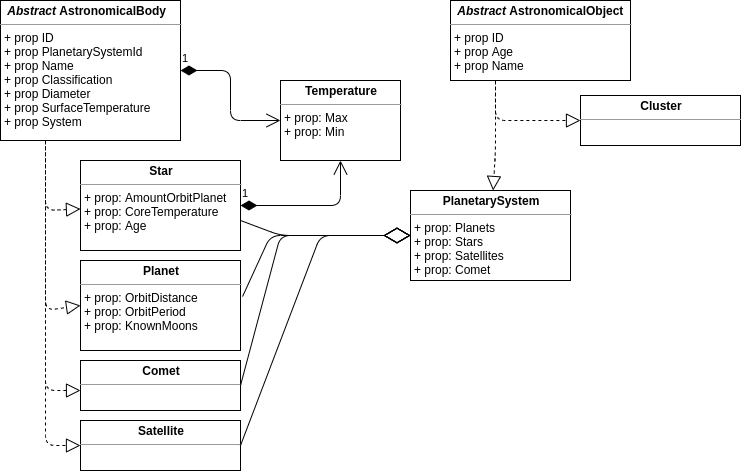
Earlier version of the draw.io export UMLdatamodel.png (P-Louw/UniverseExplorer). Source tidied: cells renumbered, new cells last; positions are measured from the earlier drawing's top-left corner, leaving out a move shared by most shapes. The source it was exported from:
```xml
<mxGraphModel>
  <root>
    <mxCell id="0" />
    <mxCell id="1" parent="0" />
    <mxCell id="2" value="&lt;p style=&quot;margin: 0px ; margin-top: 4px ; text-align: center&quot;&gt;&lt;/p&gt;&lt;p style=&quot;margin: 0px ; margin-left: 4px&quot;&gt;&lt;b&gt;&amp;nbsp;&lt;i&gt;Abstract&lt;/i&gt; AstronomicalBody&lt;/b&gt;&lt;/p&gt;&lt;hr size=&quot;1&quot;&gt;&lt;p style=&quot;margin: 0px ; margin-left: 4px&quot;&gt;+ prop ID&lt;/p&gt;&lt;p style=&quot;margin: 0px ; margin-left: 4px&quot;&gt;+ prop PlanetarySystemId&lt;/p&gt;&lt;p style=&quot;margin: 0px ; margin-left: 4px&quot;&gt;+ prop Name&lt;/p&gt;&lt;p style=&quot;margin: 0px ; margin-left: 4px&quot;&gt;+ prop Classification&lt;/p&gt;&lt;p style=&quot;margin: 0px ; margin-left: 4px&quot;&gt;+ prop Diameter&lt;/p&gt;&lt;p style=&quot;margin: 0px ; margin-left: 4px&quot;&gt;+ prop SurfaceTemperature&lt;/p&gt;&lt;p style=&quot;margin: 0px ; margin-left: 4px&quot;&gt;+ prop System&lt;/p&gt;&lt;p style=&quot;margin: 0px ; margin-left: 4px&quot;&gt;&lt;br&gt;&lt;/p&gt;" style="verticalAlign=top;align=left;overflow=fill;fontSize=12;fontFamily=Helvetica;html=1;" parent="1" vertex="1">
      <mxGeometry width="180" height="140" as="geometry" />
    </mxCell>
    <mxCell id="3" value="&lt;p style=&quot;margin: 0px ; margin-top: 4px ; text-align: center&quot;&gt;&lt;b&gt;Satellite&lt;/b&gt;&lt;/p&gt;&lt;hr size=&quot;1&quot;&gt;&lt;p style=&quot;margin: 0px ; margin-left: 4px&quot;&gt;&lt;br&gt;&lt;/p&gt;&lt;hr size=&quot;1&quot;&gt;&lt;p style=&quot;margin: 0px ; margin-left: 4px&quot;&gt;&lt;br&gt;&lt;/p&gt;" style="verticalAlign=top;align=left;overflow=fill;fontSize=12;fontFamily=Helvetica;html=1;" parent="1" vertex="1">
      <mxGeometry x="80" y="420" width="160" height="50" as="geometry" />
    </mxCell>
    <mxCell id="4" value="&lt;p style=&quot;margin: 0px ; margin-top: 4px ; text-align: center&quot;&gt;&lt;b&gt;Star&lt;/b&gt;&lt;/p&gt;&lt;hr size=&quot;1&quot;&gt;&lt;p style=&quot;margin: 0px ; margin-left: 4px&quot;&gt;+ prop: AmountOrbitPlanet&lt;/p&gt;&lt;p style=&quot;margin: 0px ; margin-left: 4px&quot;&gt;+ prop: CoreTemperature&lt;/p&gt;&lt;p style=&quot;margin: 0px ; margin-left: 4px&quot;&gt;+ prop: Age&lt;/p&gt;" style="verticalAlign=top;align=left;overflow=fill;fontSize=12;fontFamily=Helvetica;html=1;" parent="1" vertex="1">
      <mxGeometry x="80" y="160" width="160" height="90" as="geometry" />
    </mxCell>
    <mxCell id="5" value="&lt;p style=&quot;margin: 0px ; margin-top: 4px ; text-align: center&quot;&gt;&lt;b&gt;Comet&lt;/b&gt;&lt;/p&gt;&lt;hr size=&quot;1&quot;&gt;&lt;p style=&quot;margin: 0px ; margin-left: 4px&quot;&gt;&lt;br&gt;&lt;/p&gt;&lt;hr size=&quot;1&quot;&gt;&lt;p style=&quot;margin: 0px ; margin-left: 4px&quot;&gt;&lt;br&gt;&lt;/p&gt;" style="verticalAlign=top;align=left;overflow=fill;fontSize=12;fontFamily=Helvetica;html=1;" parent="1" vertex="1">
      <mxGeometry x="80" y="360" width="160" height="50" as="geometry" />
    </mxCell>
    <mxCell id="6" value="&lt;p style=&quot;margin: 0px ; margin-top: 4px ; text-align: center&quot;&gt;&lt;b&gt;Planet&lt;/b&gt;&lt;/p&gt;&lt;hr size=&quot;1&quot;&gt;&lt;p style=&quot;margin: 0px ; margin-left: 4px&quot;&gt;+ prop: OrbitDistance&lt;/p&gt;&lt;p style=&quot;margin: 0px ; margin-left: 4px&quot;&gt;+ prop: OrbitPeriod&lt;/p&gt;&lt;p style=&quot;margin: 0px ; margin-left: 4px&quot;&gt;+ prop: KnownMoons&lt;/p&gt;" style="verticalAlign=top;align=left;overflow=fill;fontSize=12;fontFamily=Helvetica;html=1;" parent="1" vertex="1">
      <mxGeometry x="80" y="260" width="160" height="90" as="geometry" />
    </mxCell>
    <mxCell id="7" style="endArrow=block;dashed=1;endFill=0;endSize=12;html=1;exitX=0.25;exitY=1;exitDx=0;exitDy=0;entryX=0;entryY=0.5;entryDx=0;entryDy=0;" parent="1" edge="1" source="2" target="3">
      <mxGeometry relative="1" as="geometry">
        <Array as="points">
          <mxPoint x="45" y="445" />
        </Array>
      </mxGeometry>
    </mxCell>
    <mxCell id="8" style="endArrow=block;dashed=1;endFill=0;endSize=12;html=1;exitX=0.25;exitY=1;exitDx=0;exitDy=0;" parent="1" edge="1" source="2" target="4">
      <mxGeometry relative="1" as="geometry">
        <Array as="points">
          <mxPoint x="45" y="210" />
        </Array>
      </mxGeometry>
    </mxCell>
    <mxCell id="9" style="endArrow=block;dashed=1;endFill=0;endSize=12;html=1;exitX=0.25;exitY=1;exitDx=0;exitDy=0;entryX=0;entryY=0.5;entryDx=0;entryDy=0;" parent="1" edge="1" target="6">
      <mxGeometry relative="1" as="geometry">
        <mxPoint x="45" y="141" as="sourcePoint" />
        <Array as="points">
          <mxPoint x="45" y="310" />
        </Array>
      </mxGeometry>
    </mxCell>
    <mxCell id="10" style="endArrow=block;dashed=1;endFill=0;endSize=12;html=1;exitX=0.25;exitY=1;exitDx=0;exitDy=0;" parent="1" edge="1" source="2">
      <mxGeometry relative="1" as="geometry">
        <mxPoint x="80" y="390" as="targetPoint" />
        <Array as="points">
          <mxPoint x="45" y="390" />
        </Array>
      </mxGeometry>
    </mxCell>
    <mxCell id="11" value="&lt;p style=&quot;margin: 0px ; margin-top: 4px ; text-align: center&quot;&gt;&lt;/p&gt;&lt;p style=&quot;margin: 0px ; margin-left: 4px&quot;&gt;&lt;b&gt;&amp;nbsp;&lt;i&gt;Abstract&lt;/i&gt; AstronomicalObject&lt;/b&gt;&lt;/p&gt;&lt;hr size=&quot;1&quot;&gt;&lt;p style=&quot;margin: 0px ; margin-left: 4px&quot;&gt;+ prop ID&lt;/p&gt;&lt;p style=&quot;margin: 0px ; margin-left: 4px&quot;&gt;+ prop Age&lt;/p&gt;&lt;p style=&quot;margin: 0px ; margin-left: 4px&quot;&gt;+ prop Name&lt;/p&gt;&lt;p style=&quot;margin: 0px ; margin-left: 4px&quot;&gt;&lt;br&gt;&lt;/p&gt;" style="verticalAlign=top;align=left;overflow=fill;fontSize=12;fontFamily=Helvetica;html=1;" parent="1" vertex="1">
      <mxGeometry x="450" width="180" height="80" as="geometry" />
    </mxCell>
    <mxCell id="12" value="&lt;p style=&quot;margin: 0px ; margin-top: 4px ; text-align: center&quot;&gt;&lt;b&gt;PlanetarySystem&lt;/b&gt;&lt;/p&gt;&lt;hr size=&quot;1&quot;&gt;&lt;p style=&quot;margin: 0px ; margin-left: 4px&quot;&gt;+ prop: Planets&lt;/p&gt;&lt;p style=&quot;margin: 0px ; margin-left: 4px&quot;&gt;+ prop: Stars&lt;/p&gt;&lt;p style=&quot;margin: 0px ; margin-left: 4px&quot;&gt;+ prop: Satellites&lt;/p&gt;&lt;p style=&quot;margin: 0px ; margin-left: 4px&quot;&gt;+ prop: Comet&lt;/p&gt;" style="verticalAlign=top;align=left;overflow=fill;fontSize=12;fontFamily=Helvetica;html=1;" parent="1" vertex="1">
      <mxGeometry x="410" y="190" width="160" height="90" as="geometry" />
    </mxCell>
    <mxCell id="13" style="endArrow=block;dashed=1;endFill=0;endSize=12;html=1;exitX=0.25;exitY=1;exitDx=0;exitDy=0;" parent="1" edge="1" source="11" target="12">
      <mxGeometry relative="1" as="geometry">
        <Array as="points">
          <mxPoint x="495" y="150" />
        </Array>
      </mxGeometry>
    </mxCell>
    <mxCell id="14" style="endArrow=block;dashed=1;endFill=0;endSize=12;html=1;exitX=0.25;exitY=1;exitDx=0;exitDy=0;entryX=0;entryY=0.5;entryDx=0;entryDy=0;" parent="1" edge="1" target="18">
      <mxGeometry relative="1" as="geometry">
        <mxPoint x="495" y="81" as="sourcePoint" />
        <Array as="points">
          <mxPoint x="495" y="120" />
        </Array>
      </mxGeometry>
    </mxCell>
    <mxCell id="15" value="&lt;p style=&quot;margin: 0px ; margin-top: 4px ; text-align: center&quot;&gt;&lt;b&gt;Temperature&lt;/b&gt;&lt;/p&gt;&lt;hr size=&quot;1&quot;&gt;&lt;p style=&quot;margin: 0px ; margin-left: 4px&quot;&gt;+ prop: Max&lt;/p&gt;&lt;p style=&quot;margin: 0px ; margin-left: 4px&quot;&gt;+ prop: Min&lt;/p&gt;&lt;p style=&quot;margin: 0px ; margin-left: 4px&quot;&gt;&lt;br&gt;&lt;/p&gt;" style="verticalAlign=top;align=left;overflow=fill;fontSize=12;fontFamily=Helvetica;html=1;" parent="1" vertex="1">
      <mxGeometry x="280" y="80" width="120" height="80" as="geometry" />
    </mxCell>
    <mxCell id="16" value="1" style="endArrow=open;html=1;endSize=12;startArrow=diamondThin;startSize=14;startFill=1;edgeStyle=orthogonalEdgeStyle;align=left;verticalAlign=bottom;exitX=1;exitY=0.5;exitDx=0;exitDy=0;entryX=0.5;entryY=1;entryDx=0;entryDy=0;" parent="1" edge="1" source="4" target="15">
      <mxGeometry x="-1" y="3" relative="1" as="geometry" />
    </mxCell>
    <mxCell id="17" value="1" style="endArrow=open;html=1;endSize=12;startArrow=diamondThin;startSize=14;startFill=1;edgeStyle=orthogonalEdgeStyle;align=left;verticalAlign=bottom;exitX=1;exitY=0.5;exitDx=0;exitDy=0;entryX=0;entryY=0.5;entryDx=0;entryDy=0;" parent="1" edge="1" source="2" target="15">
      <mxGeometry x="-1" y="3" relative="1" as="geometry" />
    </mxCell>
    <mxCell id="18" value="&lt;p style=&quot;margin: 0px ; margin-top: 4px ; text-align: center&quot;&gt;&lt;b&gt;Cluster&lt;/b&gt;&lt;/p&gt;&lt;hr size=&quot;1&quot;&gt;&lt;p style=&quot;margin: 0px ; margin-left: 4px&quot;&gt;&lt;br&gt;&lt;/p&gt;&lt;hr size=&quot;1&quot;&gt;&lt;p style=&quot;margin: 0px ; margin-left: 4px&quot;&gt;&lt;br&gt;&lt;/p&gt;" style="verticalAlign=top;align=left;overflow=fill;fontSize=12;fontFamily=Helvetica;html=1;" parent="1" vertex="1">
      <mxGeometry x="580" y="95" width="160" height="50" as="geometry" />
    </mxCell>
    <mxCell id="19" style="endArrow=diamondThin;endFill=0;endSize=24;html=1;entryX=0;entryY=0.5;entryDx=0;entryDy=0;" parent="1" edge="1" target="12">
      <mxGeometry relative="1" as="geometry">
        <mxPoint x="240" y="220" as="sourcePoint" />
        <Array as="points">
          <mxPoint x="280" y="235" />
        </Array>
      </mxGeometry>
    </mxCell>
    <mxCell id="20" style="endArrow=diamondThin;endFill=0;endSize=24;html=1;exitX=1.013;exitY=0.4;exitDx=0;exitDy=0;exitPerimeter=0;" parent="1" edge="1" source="6" target="12">
      <mxGeometry relative="1" as="geometry">
        <Array as="points">
          <mxPoint x="270" y="235" />
        </Array>
      </mxGeometry>
    </mxCell>
    <mxCell id="21" style="endArrow=diamondThin;endFill=0;endSize=24;html=1;exitX=1;exitY=0.5;exitDx=0;exitDy=0;entryX=0;entryY=0.5;entryDx=0;entryDy=0;" parent="1" edge="1" source="5" target="12">
      <mxGeometry relative="1" as="geometry">
        <Array as="points">
          <mxPoint x="280" y="235" />
        </Array>
      </mxGeometry>
    </mxCell>
    <mxCell id="22" style="endArrow=diamondThin;endFill=0;endSize=24;html=1;exitX=1;exitY=0.5;exitDx=0;exitDy=0;entryX=0;entryY=0.5;entryDx=0;entryDy=0;" parent="1" edge="1" source="3" target="12">
      <mxGeometry relative="1" as="geometry">
        <Array as="points">
          <mxPoint x="320" y="235" />
        </Array>
      </mxGeometry>
    </mxCell>
  </root>
</mxGraphModel>
```
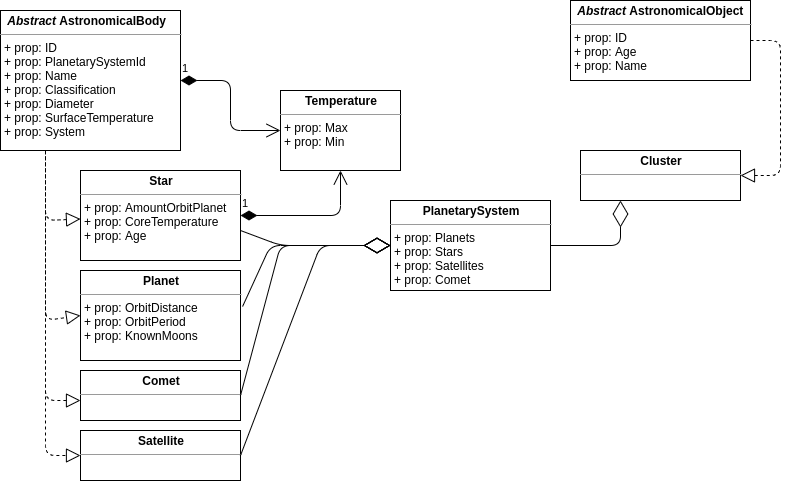
After the commit.

Diff of the diagram source:
```diff
@@ -2,7 +2,7 @@
   <root>
     <mxCell id="0" />
     <mxCell id="1" parent="0" />
-    <mxCell id="2" value="&lt;p style=&quot;margin: 0px ; margin-top: 4px ; text-align: center&quot;&gt;&lt;/p&gt;&lt;p style=&quot;margin: 0px ; margin-left: 4px&quot;&gt;&lt;b&gt;&amp;nbsp;&lt;i&gt;Abstract&lt;/i&gt; AstronomicalBody&lt;/b&gt;&lt;/p&gt;&lt;hr size=&quot;1&quot;&gt;&lt;p style=&quot;margin: 0px ; margin-left: 4px&quot;&gt;+ prop ID&lt;/p&gt;&lt;p style=&quot;margin: 0px ; margin-left: 4px&quot;&gt;+ prop PlanetarySystemId&lt;/p&gt;&lt;p style=&quot;margin: 0px ; margin-left: 4px&quot;&gt;+ prop Name&lt;/p&gt;&lt;p style=&quot;margin: 0px ; margin-left: 4px&quot;&gt;+ prop Classification&lt;/p&gt;&lt;p style=&quot;margin: 0px ; margin-left: 4px&quot;&gt;+ prop Diameter&lt;/p&gt;&lt;p style=&quot;margin: 0px ; margin-left: 4px&quot;&gt;+ prop SurfaceTemperature&lt;/p&gt;&lt;p style=&quot;margin: 0px ; margin-left: 4px&quot;&gt;+ prop System&lt;/p&gt;&lt;p style=&quot;margin: 0px ; margin-left: 4px&quot;&gt;&lt;br&gt;&lt;/p&gt;" style="verticalAlign=top;align=left;overflow=fill;fontSize=12;fontFamily=Helvetica;html=1;" parent="1" vertex="1">
+    <mxCell id="2" value="&lt;p style=&quot;margin: 0px ; margin-top: 4px ; text-align: center&quot;&gt;&lt;/p&gt;&lt;p style=&quot;margin: 0px ; margin-left: 4px&quot;&gt;&lt;b&gt;&amp;nbsp;&lt;i&gt;Abstract&lt;/i&gt; AstronomicalBody&lt;/b&gt;&lt;/p&gt;&lt;hr size=&quot;1&quot;&gt;&lt;p style=&quot;margin: 0px ; margin-left: 4px&quot;&gt;+ prop: ID&lt;/p&gt;&lt;p style=&quot;margin: 0px ; margin-left: 4px&quot;&gt;+ prop: PlanetarySystemId&lt;/p&gt;&lt;p style=&quot;margin: 0px ; margin-left: 4px&quot;&gt;+ prop: Name&lt;/p&gt;&lt;p style=&quot;margin: 0px ; margin-left: 4px&quot;&gt;+ prop: Classification&lt;/p&gt;&lt;p style=&quot;margin: 0px ; margin-left: 4px&quot;&gt;+ prop: Diameter&lt;/p&gt;&lt;p style=&quot;margin: 0px ; margin-left: 4px&quot;&gt;+ prop: SurfaceTemperature&lt;/p&gt;&lt;p style=&quot;margin: 0px ; margin-left: 4px&quot;&gt;+ prop: System&lt;/p&gt;&lt;p style=&quot;margin: 0px ; margin-left: 4px&quot;&gt;&lt;br&gt;&lt;/p&gt;" style="verticalAlign=top;align=left;overflow=fill;fontSize=12;fontFamily=Helvetica;html=1;" parent="1" vertex="1">
       <mxGeometry width="180" height="140" as="geometry" />
     </mxCell>
     <mxCell id="3" value="&lt;p style=&quot;margin: 0px ; margin-top: 4px ; text-align: center&quot;&gt;&lt;b&gt;Satellite&lt;/b&gt;&lt;/p&gt;&lt;hr size=&quot;1&quot;&gt;&lt;p style=&quot;margin: 0px ; margin-left: 4px&quot;&gt;&lt;br&gt;&lt;/p&gt;&lt;hr size=&quot;1&quot;&gt;&lt;p style=&quot;margin: 0px ; margin-left: 4px&quot;&gt;&lt;br&gt;&lt;/p&gt;" style="verticalAlign=top;align=left;overflow=fill;fontSize=12;fontFamily=Helvetica;html=1;" parent="1" vertex="1">
@@ -47,24 +47,17 @@
         </Array>
       </mxGeometry>
     </mxCell>
-    <mxCell id="11" value="&lt;p style=&quot;margin: 0px ; margin-top: 4px ; text-align: center&quot;&gt;&lt;/p&gt;&lt;p style=&quot;margin: 0px ; margin-left: 4px&quot;&gt;&lt;b&gt;&amp;nbsp;&lt;i&gt;Abstract&lt;/i&gt; AstronomicalObject&lt;/b&gt;&lt;/p&gt;&lt;hr size=&quot;1&quot;&gt;&lt;p style=&quot;margin: 0px ; margin-left: 4px&quot;&gt;+ prop ID&lt;/p&gt;&lt;p style=&quot;margin: 0px ; margin-left: 4px&quot;&gt;+ prop Age&lt;/p&gt;&lt;p style=&quot;margin: 0px ; margin-left: 4px&quot;&gt;+ prop Name&lt;/p&gt;&lt;p style=&quot;margin: 0px ; margin-left: 4px&quot;&gt;&lt;br&gt;&lt;/p&gt;" style="verticalAlign=top;align=left;overflow=fill;fontSize=12;fontFamily=Helvetica;html=1;" parent="1" vertex="1">
-      <mxGeometry x="450" width="180" height="80" as="geometry" />
+    <mxCell id="11" value="&lt;p style=&quot;margin: 0px ; margin-top: 4px ; text-align: center&quot;&gt;&lt;/p&gt;&lt;p style=&quot;margin: 0px ; margin-left: 4px&quot;&gt;&lt;b&gt;&amp;nbsp;&lt;i&gt;Abstract&lt;/i&gt; AstronomicalObject&lt;/b&gt;&lt;/p&gt;&lt;hr size=&quot;1&quot;&gt;&lt;p style=&quot;margin: 0px ; margin-left: 4px&quot;&gt;+ prop: ID&lt;/p&gt;&lt;p style=&quot;margin: 0px ; margin-left: 4px&quot;&gt;+ prop: Age&lt;/p&gt;&lt;p style=&quot;margin: 0px ; margin-left: 4px&quot;&gt;+ prop: Name&lt;/p&gt;&lt;p style=&quot;margin: 0px ; margin-left: 4px&quot;&gt;&lt;br&gt;&lt;/p&gt;" style="verticalAlign=top;align=left;overflow=fill;fontSize=12;fontFamily=Helvetica;html=1;" parent="1" vertex="1">
+      <mxGeometry x="570" y="-10" width="180" height="80" as="geometry" />
     </mxCell>
     <mxCell id="12" value="&lt;p style=&quot;margin: 0px ; margin-top: 4px ; text-align: center&quot;&gt;&lt;b&gt;PlanetarySystem&lt;/b&gt;&lt;/p&gt;&lt;hr size=&quot;1&quot;&gt;&lt;p style=&quot;margin: 0px ; margin-left: 4px&quot;&gt;+ prop: Planets&lt;/p&gt;&lt;p style=&quot;margin: 0px ; margin-left: 4px&quot;&gt;+ prop: Stars&lt;/p&gt;&lt;p style=&quot;margin: 0px ; margin-left: 4px&quot;&gt;+ prop: Satellites&lt;/p&gt;&lt;p style=&quot;margin: 0px ; margin-left: 4px&quot;&gt;+ prop: Comet&lt;/p&gt;" style="verticalAlign=top;align=left;overflow=fill;fontSize=12;fontFamily=Helvetica;html=1;" parent="1" vertex="1">
-      <mxGeometry x="410" y="190" width="160" height="90" as="geometry" />
+      <mxGeometry x="390" y="190" width="160" height="90" as="geometry" />
     </mxCell>
-    <mxCell id="13" style="endArrow=block;dashed=1;endFill=0;endSize=12;html=1;exitX=0.25;exitY=1;exitDx=0;exitDy=0;" parent="1" edge="1" source="11" target="12">
-      <mxGeometry relative="1" as="geometry">
-        <Array as="points">
-          <mxPoint x="495" y="150" />
-        </Array>
-      </mxGeometry>
-    </mxCell>
-    <mxCell id="14" style="endArrow=block;dashed=1;endFill=0;endSize=12;html=1;exitX=0.25;exitY=1;exitDx=0;exitDy=0;entryX=0;entryY=0.5;entryDx=0;entryDy=0;" parent="1" edge="1" target="18">
+    <mxCell id="14" style="endArrow=block;dashed=1;endFill=0;endSize=12;html=1;exitX=1;exitY=0.5;exitDx=0;exitDy=0;entryX=1;entryY=0.5;entryDx=0;entryDy=0;" parent="1" edge="1" source="11" target="18">
       <mxGeometry relative="1" as="geometry">
-        <mxPoint x="495" y="81" as="sourcePoint" />
         <Array as="points">
-          <mxPoint x="495" y="120" />
+          <mxPoint x="780" y="30" />
+          <mxPoint x="780" y="165" />
         </Array>
       </mxGeometry>
     </mxCell>
@@ -78,7 +71,7 @@
       <mxGeometry x="-1" y="3" relative="1" as="geometry" />
     </mxCell>
     <mxCell id="18" value="&lt;p style=&quot;margin: 0px ; margin-top: 4px ; text-align: center&quot;&gt;&lt;b&gt;Cluster&lt;/b&gt;&lt;/p&gt;&lt;hr size=&quot;1&quot;&gt;&lt;p style=&quot;margin: 0px ; margin-left: 4px&quot;&gt;&lt;br&gt;&lt;/p&gt;&lt;hr size=&quot;1&quot;&gt;&lt;p style=&quot;margin: 0px ; margin-left: 4px&quot;&gt;&lt;br&gt;&lt;/p&gt;" style="verticalAlign=top;align=left;overflow=fill;fontSize=12;fontFamily=Helvetica;html=1;" parent="1" vertex="1">
-      <mxGeometry x="580" y="95" width="160" height="50" as="geometry" />
+      <mxGeometry x="580" y="140" width="160" height="50" as="geometry" />
     </mxCell>
     <mxCell id="19" style="endArrow=diamondThin;endFill=0;endSize=24;html=1;entryX=0;entryY=0.5;entryDx=0;entryDy=0;" parent="1" edge="1" target="12">
       <mxGeometry relative="1" as="geometry">
@@ -109,5 +102,12 @@
         </Array>
       </mxGeometry>
     </mxCell>
+    <mxCell id="23" style="endArrow=diamondThin;endFill=0;endSize=24;html=1;exitX=1;exitY=0.5;exitDx=0;exitDy=0;entryX=0.25;entryY=1;entryDx=0;entryDy=0;" parent="1" edge="1" source="12" target="18">
+      <mxGeometry relative="1" as="geometry">
+        <Array as="points">
+          <mxPoint x="620" y="235" />
+        </Array>
+      </mxGeometry>
+    </mxCell>
   </root>
 </mxGraphModel>
```
